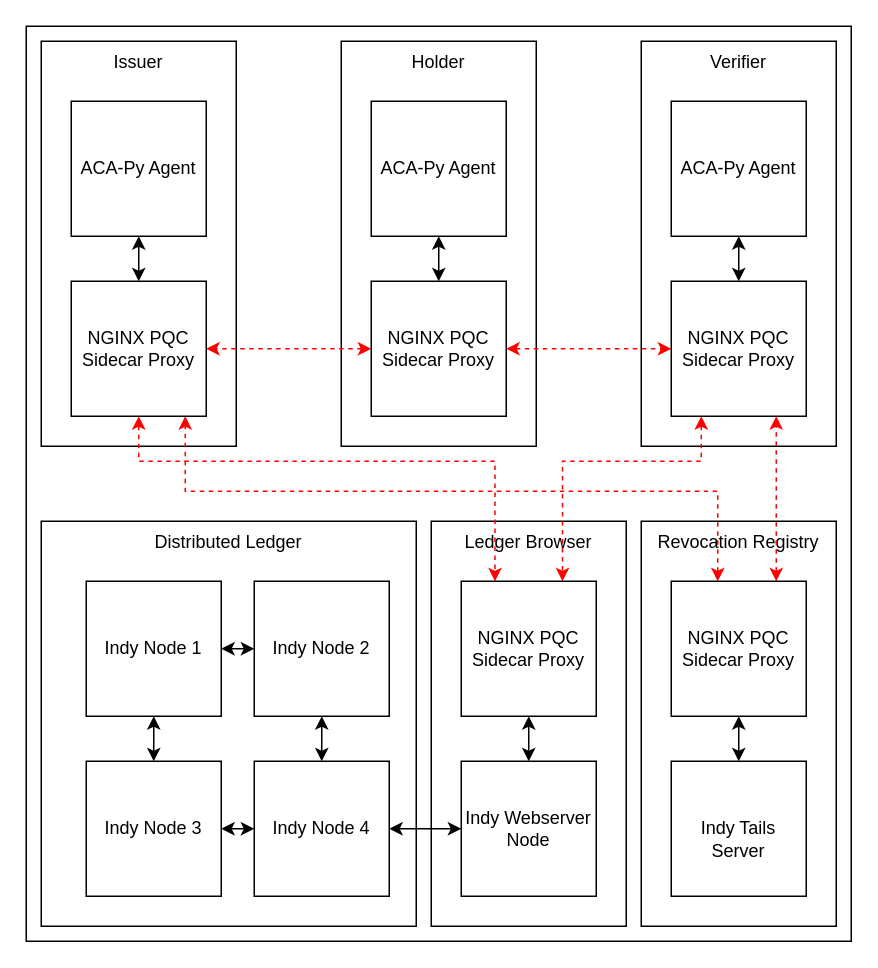
The draw.io diagram abbildungen/Architektur_Iteration1.drawio in Rotot3x/MSc-Master-Thesis, before the edit. Source tidied: cells renumbered, new cells numbered last; positions are measured from the earlier drawing's top-left corner, leaving out a move shared by most shapes. Both pictures are drawn from the tidied source at 150%, with x=0, y=0 at pixel (26, 26).
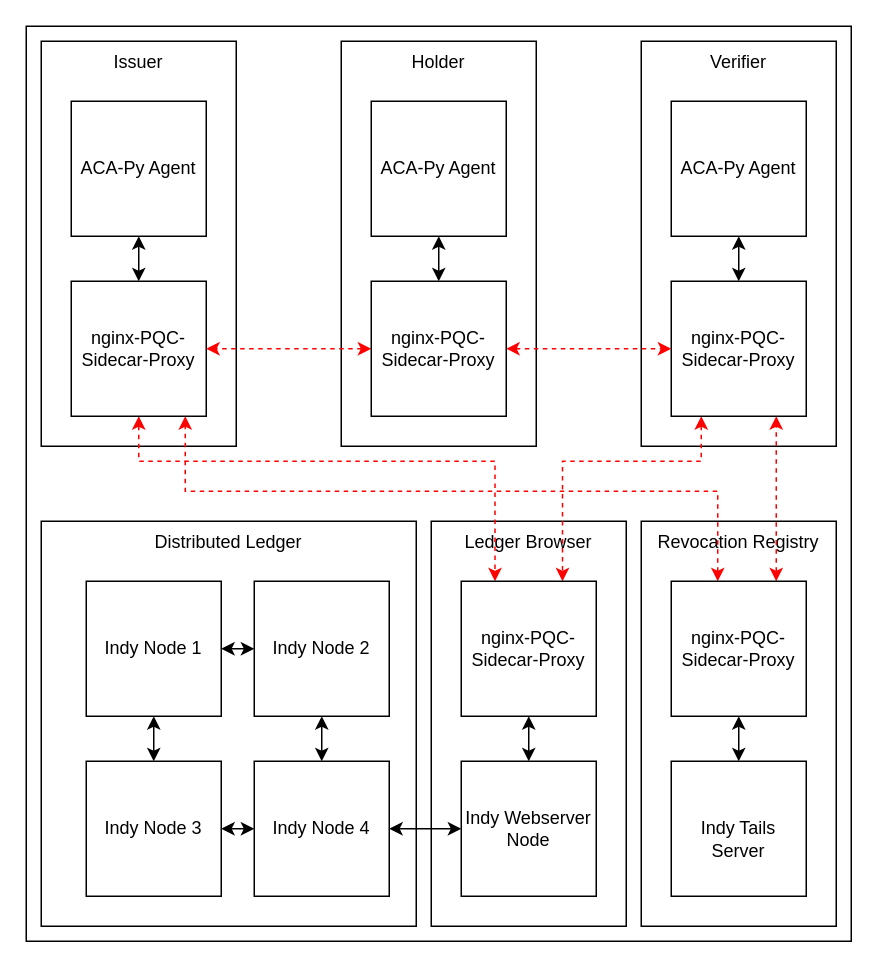
After the change.

Change to the diagram source:
```diff
@@
-    <mxCell id="17" value="NGINX PQC Sidecar Proxy" style="whiteSpace=wrap;html=1;" parent="1" vertex="1">
+    <mxCell id="17" value="nginx-PQC-Sidecar-Proxy" style="whiteSpace=wrap;html=1;" parent="1" vertex="1">
       <mxGeometry x="30" y="170" width="90" height="90" as="geometry" />
     </mxCell>
@@
-    <mxCell id="22" value="&lt;div&gt;NGINX PQC&lt;/div&gt;&lt;div&gt;Sidecar Proxy&lt;/div&gt;" style="whiteSpace=wrap;html=1;" parent="1" vertex="1">
+    <mxCell id="22" value="nginx-PQC-Sidecar-Proxy" style="whiteSpace=wrap;html=1;" parent="1" vertex="1">
       <mxGeometry x="430" y="170" width="90" height="90" as="geometry" />
     </mxCell>
@@
-    <mxCell id="28" value="&lt;div&gt;NGINX PQC&lt;/div&gt;&lt;div&gt;Sidecar Proxy&lt;/div&gt;" style="whiteSpace=wrap;html=1;" parent="1" vertex="1">
+    <mxCell id="28" value="nginx-PQC-Sidecar-Proxy" style="whiteSpace=wrap;html=1;" parent="1" vertex="1">
       <mxGeometry x="230" y="170" width="90" height="90" as="geometry" />
     </mxCell>
@@
-    <mxCell id="32" value="&lt;div&gt;NGINX PQC&lt;/div&gt;&lt;div&gt;Sidecar Proxy&lt;/div&gt;" style="whiteSpace=wrap;html=1;" parent="1" vertex="1">
+    <mxCell id="32" value="nginx-PQC-Sidecar-Proxy" style="whiteSpace=wrap;html=1;" parent="1" vertex="1">
       <mxGeometry x="430" y="370" width="90" height="90" as="geometry" />
     </mxCell>
@@
-    <mxCell id="38" value="&lt;div&gt;NGINX PQC&lt;/div&gt;&lt;div&gt;Sidecar Proxy&lt;/div&gt;" style="whiteSpace=wrap;html=1;" parent="1" vertex="1">
+    <mxCell id="38" value="nginx-PQC-Sidecar-Proxy" style="whiteSpace=wrap;html=1;" parent="1" vertex="1">
       <mxGeometry x="290" y="370" width="90" height="90" as="geometry" />
     </mxCell>
```
